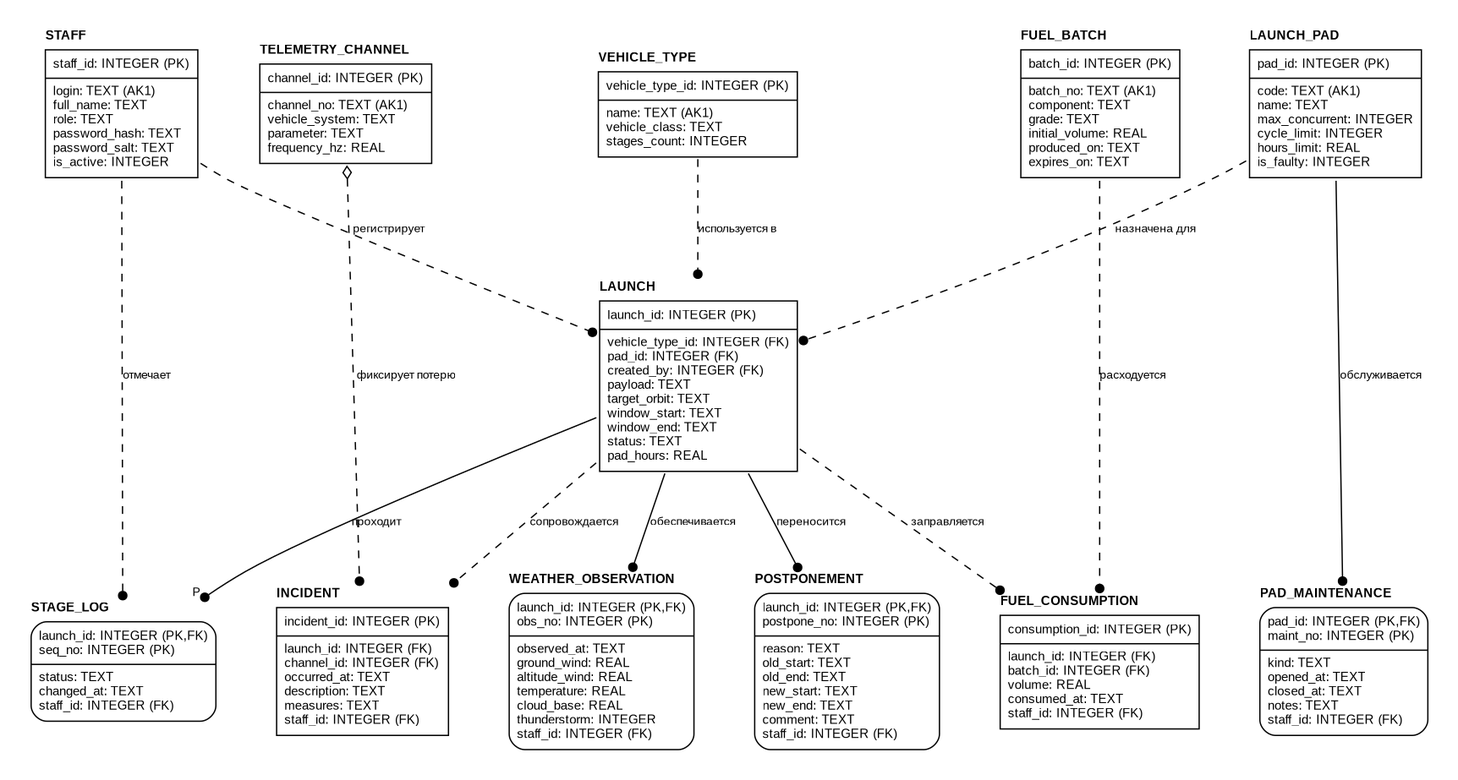
The Graphviz diagram docs/diagrams/idef1x/idef1x.png in r3DBAD/SpaceCenter, before a commit. Its source is kept beside it as docs/diagrams/idef1x/idef1x.dot. The source it was exported from:
```dot
digraph idef1x {
 graph [rankdir=TB fontname="Arial" nodesep=0.6 ranksep=0.9 splines=true pad=0.3 bgcolor=white];
 node [fontname="Arial" fontsize=10];
 edge [fontname="Arial" fontsize=9 dir=both arrowtail=none arrowhead=dot arrowsize=0.8];
 STAFF [shape=plain label=<<TABLE BORDER="0" CELLBORDER="0" CELLSPACING="0"><TR><TD ALIGN="LEFT"><B>STAFF</B></TD></TR><TR><TD><TABLE BORDER="1.5" CELLBORDER="0" CELLSPACING="0" CELLPADDING="5" BGCOLOR="white"><TR><TD ALIGN="LEFT" BALIGN="LEFT">staff_id: INTEGER (PK)<BR ALIGN="LEFT"/></TD></TR><HR/><TR><TD ALIGN="LEFT" BALIGN="LEFT">login: TEXT (AK1)<BR ALIGN="LEFT"/>full_name: TEXT<BR ALIGN="LEFT"/>role: TEXT<BR ALIGN="LEFT"/>password_hash: TEXT<BR ALIGN="LEFT"/>password_salt: TEXT<BR ALIGN="LEFT"/>is_active: INTEGER<BR ALIGN="LEFT"/></TD></TR></TABLE></TD></TR></TABLE>>];
 VEHICLE_TYPE [shape=plain label=<<TABLE BORDER="0" CELLBORDER="0" CELLSPACING="0"><TR><TD ALIGN="LEFT"><B>VEHICLE_TYPE</B></TD></TR><TR><TD><TABLE BORDER="1.5" CELLBORDER="0" CELLSPACING="0" CELLPADDING="5" BGCOLOR="white"><TR><TD ALIGN="LEFT" BALIGN="LEFT">vehicle_type_id: INTEGER (PK)<BR ALIGN="LEFT"/></TD></TR><HR/><TR><TD ALIGN="LEFT" BALIGN="LEFT">name: TEXT (AK1)<BR ALIGN="LEFT"/>vehicle_class: TEXT<BR ALIGN="LEFT"/>stages_count: INTEGER<BR ALIGN="LEFT"/></TD></TR></TABLE></TD></TR></TABLE>>];
 LAUNCH_PAD [shape=plain label=<<TABLE BORDER="0" CELLBORDER="0" CELLSPACING="0"><TR><TD ALIGN="LEFT"><B>LAUNCH_PAD</B></TD></TR><TR><TD><TABLE BORDER="1.5" CELLBORDER="0" CELLSPACING="0" CELLPADDING="5" BGCOLOR="white"><TR><TD ALIGN="LEFT" BALIGN="LEFT">pad_id: INTEGER (PK)<BR ALIGN="LEFT"/></TD></TR><HR/><TR><TD ALIGN="LEFT" BALIGN="LEFT">code: TEXT (AK1)<BR ALIGN="LEFT"/>name: TEXT<BR ALIGN="LEFT"/>max_concurrent: INTEGER<BR ALIGN="LEFT"/>cycle_limit: INTEGER<BR ALIGN="LEFT"/>hours_limit: REAL<BR ALIGN="LEFT"/>is_faulty: INTEGER<BR ALIGN="LEFT"/></TD></TR></TABLE></TD></TR></TABLE>>];
 LAUNCH [shape=plain label=<<TABLE BORDER="0" CELLBORDER="0" CELLSPACING="0"><TR><TD ALIGN="LEFT"><B>LAUNCH</B></TD></TR><TR><TD><TABLE BORDER="1.5" CELLBORDER="0" CELLSPACING="0" CELLPADDING="5" BGCOLOR="white"><TR><TD ALIGN="LEFT" BALIGN="LEFT">launch_id: INTEGER (PK)<BR ALIGN="LEFT"/></TD></TR><HR/><TR><TD ALIGN="LEFT" BALIGN="LEFT">vehicle_type_id: INTEGER (FK)<BR ALIGN="LEFT"/>pad_id: INTEGER (FK)<BR ALIGN="LEFT"/>created_by: INTEGER (FK)<BR ALIGN="LEFT"/>payload: TEXT<BR ALIGN="LEFT"/>target_orbit: TEXT<BR ALIGN="LEFT"/>window_start: TEXT<BR ALIGN="LEFT"/>window_end: TEXT<BR ALIGN="LEFT"/>status: TEXT<BR ALIGN="LEFT"/>pad_hours: REAL<BR ALIGN="LEFT"/></TD></TR></TABLE></TD></TR></TABLE>>];
 STAGE_LOG [shape=plain label=<<TABLE BORDER="0" CELLBORDER="0" CELLSPACING="0"><TR><TD ALIGN="LEFT"><B>STAGE_LOG</B></TD></TR><TR><TD><TABLE BORDER="1.5" STYLE="ROUNDED" CELLBORDER="0" CELLSPACING="0" CELLPADDING="5" BGCOLOR="white"><TR><TD ALIGN="LEFT" BALIGN="LEFT">launch_id: INTEGER (PK,FK)<BR ALIGN="LEFT"/>seq_no: INTEGER (PK)<BR ALIGN="LEFT"/></TD></TR><HR/><TR><TD ALIGN="LEFT" BALIGN="LEFT">status: TEXT<BR ALIGN="LEFT"/>changed_at: TEXT<BR ALIGN="LEFT"/>staff_id: INTEGER (FK)<BR ALIGN="LEFT"/></TD></TR></TABLE></TD></TR></TABLE>>];
 PAD_MAINTENANCE [shape=plain label=<<TABLE BORDER="0" CELLBORDER="0" CELLSPACING="0"><TR><TD ALIGN="LEFT"><B>PAD_MAINTENANCE</B></TD></TR><TR><TD><TABLE BORDER="1.5" STYLE="ROUNDED" CELLBORDER="0" CELLSPACING="0" CELLPADDING="5" BGCOLOR="white"><TR><TD ALIGN="LEFT" BALIGN="LEFT">pad_id: INTEGER (PK,FK)<BR ALIGN="LEFT"/>maint_no: INTEGER (PK)<BR ALIGN="LEFT"/></TD></TR><HR/><TR><TD ALIGN="LEFT" BALIGN="LEFT">kind: TEXT<BR ALIGN="LEFT"/>opened_at: TEXT<BR ALIGN="LEFT"/>closed_at: TEXT<BR ALIGN="LEFT"/>notes: TEXT<BR ALIGN="LEFT"/>staff_id: INTEGER (FK)<BR ALIGN="LEFT"/></TD></TR></TABLE></TD></TR></TABLE>>];
 FUEL_BATCH [shape=plain label=<<TABLE BORDER="0" CELLBORDER="0" CELLSPACING="0"><TR><TD ALIGN="LEFT"><B>FUEL_BATCH</B></TD></TR><TR><TD><TABLE BORDER="1.5" CELLBORDER="0" CELLSPACING="0" CELLPADDING="5" BGCOLOR="white"><TR><TD ALIGN="LEFT" BALIGN="LEFT">batch_id: INTEGER (PK)<BR ALIGN="LEFT"/></TD></TR><HR/><TR><TD ALIGN="LEFT" BALIGN="LEFT">batch_no: TEXT (AK1)<BR ALIGN="LEFT"/>component: TEXT<BR ALIGN="LEFT"/>grade: TEXT<BR ALIGN="LEFT"/>initial_volume: REAL<BR ALIGN="LEFT"/>produced_on: TEXT<BR ALIGN="LEFT"/>expires_on: TEXT<BR ALIGN="LEFT"/></TD></TR></TABLE></TD></TR></TABLE>>];
 FUEL_CONSUMPTION [shape=plain label=<<TABLE BORDER="0" CELLBORDER="0" CELLSPACING="0"><TR><TD ALIGN="LEFT"><B>FUEL_CONSUMPTION</B></TD></TR><TR><TD><TABLE BORDER="1.5" CELLBORDER="0" CELLSPACING="0" CELLPADDING="5" BGCOLOR="white"><TR><TD ALIGN="LEFT" BALIGN="LEFT">consumption_id: INTEGER (PK)<BR ALIGN="LEFT"/></TD></TR><HR/><TR><TD ALIGN="LEFT" BALIGN="LEFT">launch_id: INTEGER (FK)<BR ALIGN="LEFT"/>batch_id: INTEGER (FK)<BR ALIGN="LEFT"/>volume: REAL<BR ALIGN="LEFT"/>consumed_at: TEXT<BR ALIGN="LEFT"/>staff_id: INTEGER (FK)<BR ALIGN="LEFT"/></TD></TR></TABLE></TD></TR></TABLE>>];
 WEATHER_OBSERVATION [shape=plain label=<<TABLE BORDER="0" CELLBORDER="0" CELLSPACING="0"><TR><TD ALIGN="LEFT"><B>WEATHER_OBSERVATION</B></TD></TR><TR><TD><TABLE BORDER="1.5" STYLE="ROUNDED" CELLBORDER="0" CELLSPACING="0" CELLPADDING="5" BGCOLOR="white"><TR><TD ALIGN="LEFT" BALIGN="LEFT">launch_id: INTEGER (PK,FK)<BR ALIGN="LEFT"/>obs_no: INTEGER (PK)<BR ALIGN="LEFT"/></TD></TR><HR/><TR><TD ALIGN="LEFT" BALIGN="LEFT">observed_at: TEXT<BR ALIGN="LEFT"/>ground_wind: REAL<BR ALIGN="LEFT"/>altitude_wind: REAL<BR ALIGN="LEFT"/>temperature: REAL<BR ALIGN="LEFT"/>cloud_base: REAL<BR ALIGN="LEFT"/>thunderstorm: INTEGER<BR ALIGN="LEFT"/>staff_id: INTEGER (FK)<BR ALIGN="LEFT"/></TD></TR></TABLE></TD></TR></TABLE>>];
 TELEMETRY_CHANNEL [shape=plain label=<<TABLE BORDER="0" CELLBORDER="0" CELLSPACING="0"><TR><TD ALIGN="LEFT"><B>TELEMETRY_CHANNEL</B></TD></TR><TR><TD><TABLE BORDER="1.5" CELLBORDER="0" CELLSPACING="0" CELLPADDING="5" BGCOLOR="white"><TR><TD ALIGN="LEFT" BALIGN="LEFT">channel_id: INTEGER (PK)<BR ALIGN="LEFT"/></TD></TR><HR/><TR><TD ALIGN="LEFT" BALIGN="LEFT">channel_no: TEXT (AK1)<BR ALIGN="LEFT"/>vehicle_system: TEXT<BR ALIGN="LEFT"/>parameter: TEXT<BR ALIGN="LEFT"/>frequency_hz: REAL<BR ALIGN="LEFT"/></TD></TR></TABLE></TD></TR></TABLE>>];
 INCIDENT [shape=plain label=<<TABLE BORDER="0" CELLBORDER="0" CELLSPACING="0"><TR><TD ALIGN="LEFT"><B>INCIDENT</B></TD></TR><TR><TD><TABLE BORDER="1.5" CELLBORDER="0" CELLSPACING="0" CELLPADDING="5" BGCOLOR="white"><TR><TD ALIGN="LEFT" BALIGN="LEFT">incident_id: INTEGER (PK)<BR ALIGN="LEFT"/></TD></TR><HR/><TR><TD ALIGN="LEFT" BALIGN="LEFT">launch_id: INTEGER (FK)<BR ALIGN="LEFT"/>channel_id: INTEGER (FK)<BR ALIGN="LEFT"/>occurred_at: TEXT<BR ALIGN="LEFT"/>description: TEXT<BR ALIGN="LEFT"/>measures: TEXT<BR ALIGN="LEFT"/>staff_id: INTEGER (FK)<BR ALIGN="LEFT"/></TD></TR></TABLE></TD></TR></TABLE>>];
 POSTPONEMENT [shape=plain label=<<TABLE BORDER="0" CELLBORDER="0" CELLSPACING="0"><TR><TD ALIGN="LEFT"><B>POSTPONEMENT</B></TD></TR><TR><TD><TABLE BORDER="1.5" STYLE="ROUNDED" CELLBORDER="0" CELLSPACING="0" CELLPADDING="5" BGCOLOR="white"><TR><TD ALIGN="LEFT" BALIGN="LEFT">launch_id: INTEGER (PK,FK)<BR ALIGN="LEFT"/>postpone_no: INTEGER (PK)<BR ALIGN="LEFT"/></TD></TR><HR/><TR><TD ALIGN="LEFT" BALIGN="LEFT">reason: TEXT<BR ALIGN="LEFT"/>old_start: TEXT<BR ALIGN="LEFT"/>old_end: TEXT<BR ALIGN="LEFT"/>new_start: TEXT<BR ALIGN="LEFT"/>new_end: TEXT<BR ALIGN="LEFT"/>comment: TEXT<BR ALIGN="LEFT"/>staff_id: INTEGER (FK)<BR ALIGN="LEFT"/></TD></TR></TABLE></TD></TR></TABLE>>];
 VEHICLE_TYPE -> LAUNCH [style=dashed arrowtail=none label="используется в"];
 LAUNCH_PAD -> LAUNCH [style=dashed arrowtail=none label="назначена для"];
 STAFF -> LAUNCH [style=dashed arrowtail=none label="регистрирует"];
 LAUNCH -> STAGE_LOG [style=solid arrowtail=none label="проходит" headlabel="P"];
 STAFF -> STAGE_LOG [style=dashed arrowtail=none label="отмечает"];
 LAUNCH_PAD -> PAD_MAINTENANCE [style=solid arrowtail=none label="обслуживается"];
 LAUNCH -> FUEL_CONSUMPTION [style=dashed arrowtail=none label="заправляется"];
 FUEL_BATCH -> FUEL_CONSUMPTION [style=dashed arrowtail=none label="расходуется"];
 LAUNCH -> WEATHER_OBSERVATION [style=solid arrowtail=none label="обеспечивается"];
 LAUNCH -> POSTPONEMENT [style=solid arrowtail=none label="переносится"];
 LAUNCH -> INCIDENT [style=dashed arrowtail=none label="сопровождается"];
 TELEMETRY_CHANNEL -> INCIDENT [style=dashed arrowtail=odiamond label="фиксирует потерю"];
 {rank=same; STAFF; VEHICLE_TYPE; LAUNCH_PAD; FUEL_BATCH; TELEMETRY_CHANNEL}
 {rank=same; STAGE_LOG; WEATHER_OBSERVATION; POSTPONEMENT; FUEL_CONSUMPTION; INCIDENT; PAD_MAINTENANCE}
}
```
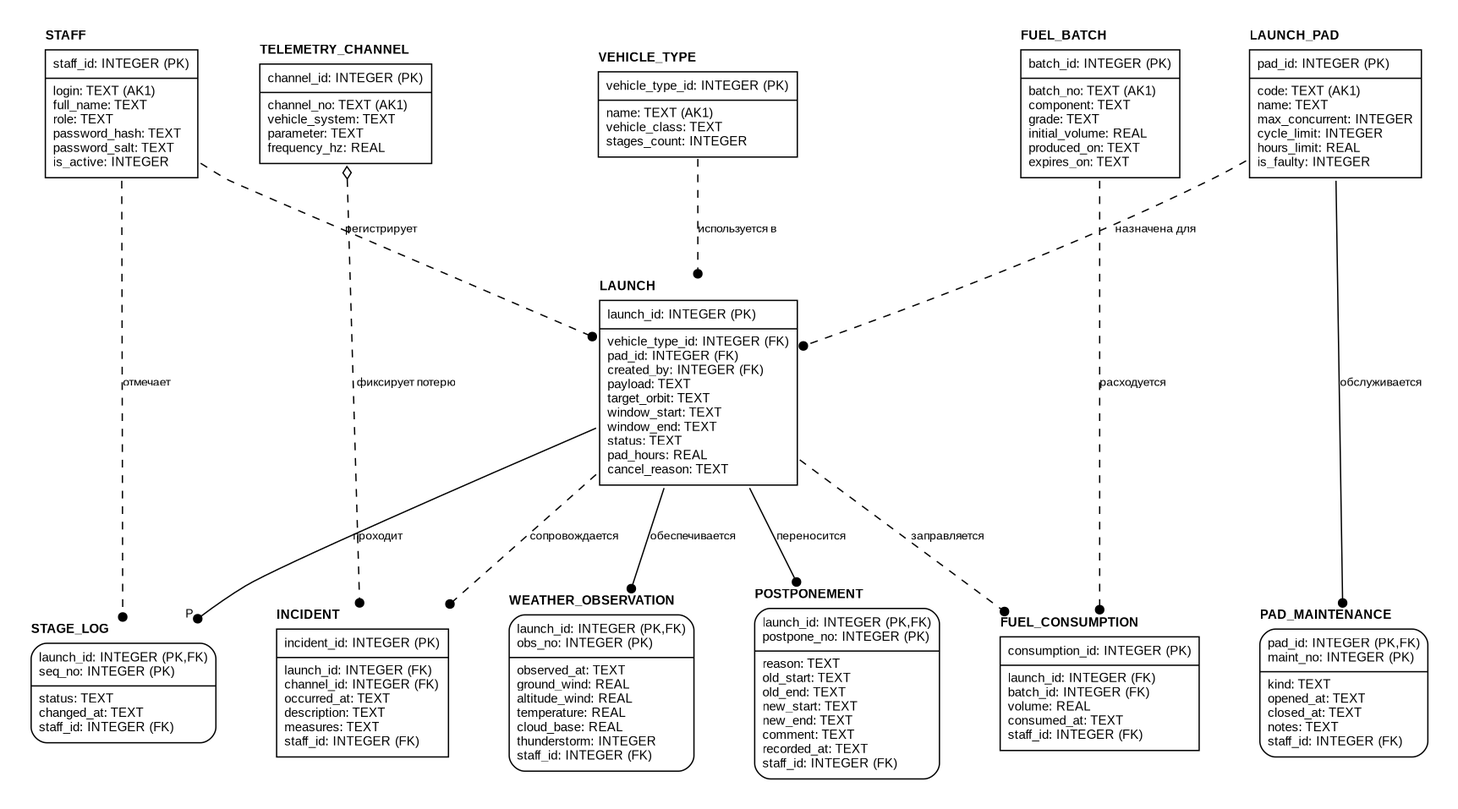
After the commit.

Change to the diagram source:
```diff
@@ -5,7 +5,7 @@
  STAFF [shape=plain label=<<TABLE BORDER="0" CELLBORDER="0" CELLSPACING="0"><TR><TD ALIGN="LEFT"><B>STAFF</B></TD></TR><TR><TD><TABLE BORDER="1.5" CELLBORDER="0" CELLSPACING="0" CELLPADDING="5" BGCOLOR="white"><TR><TD ALIGN="LEFT" BALIGN="LEFT">staff_id: INTEGER (PK)<BR ALIGN="LEFT"/></TD></TR><HR/><TR><TD ALIGN="LEFT" BALIGN="LEFT">login: TEXT (AK1)<BR ALIGN="LEFT"/>full_name: TEXT<BR ALIGN="LEFT"/>role: TEXT<BR ALIGN="LEFT"/>password_hash: TEXT<BR ALIGN="LEFT"/>password_salt: TEXT<BR ALIGN="LEFT"/>is_active: INTEGER<BR ALIGN="LEFT"/></TD></TR></TABLE></TD></TR></TABLE>>];
  VEHICLE_TYPE [shape=plain label=<<TABLE BORDER="0" CELLBORDER="0" CELLSPACING="0"><TR><TD ALIGN="LEFT"><B>VEHICLE_TYPE</B></TD></TR><TR><TD><TABLE BORDER="1.5" CELLBORDER="0" CELLSPACING="0" CELLPADDING="5" BGCOLOR="white"><TR><TD ALIGN="LEFT" BALIGN="LEFT">vehicle_type_id: INTEGER (PK)<BR ALIGN="LEFT"/></TD></TR><HR/><TR><TD ALIGN="LEFT" BALIGN="LEFT">name: TEXT (AK1)<BR ALIGN="LEFT"/>vehicle_class: TEXT<BR ALIGN="LEFT"/>stages_count: INTEGER<BR ALIGN="LEFT"/></TD></TR></TABLE></TD></TR></TABLE>>];
  LAUNCH_PAD [shape=plain label=<<TABLE BORDER="0" CELLBORDER="0" CELLSPACING="0"><TR><TD ALIGN="LEFT"><B>LAUNCH_PAD</B></TD></TR><TR><TD><TABLE BORDER="1.5" CELLBORDER="0" CELLSPACING="0" CELLPADDING="5" BGCOLOR="white"><TR><TD ALIGN="LEFT" BALIGN="LEFT">pad_id: INTEGER (PK)<BR ALIGN="LEFT"/></TD></TR><HR/><TR><TD ALIGN="LEFT" BALIGN="LEFT">code: TEXT (AK1)<BR ALIGN="LEFT"/>name: TEXT<BR ALIGN="LEFT"/>max_concurrent: INTEGER<BR ALIGN="LEFT"/>cycle_limit: INTEGER<BR ALIGN="LEFT"/>hours_limit: REAL<BR ALIGN="LEFT"/>is_faulty: INTEGER<BR ALIGN="LEFT"/></TD></TR></TABLE></TD></TR></TABLE>>];
- LAUNCH [shape=plain label=<<TABLE BORDER="0" CELLBORDER="0" CELLSPACING="0"><TR><TD ALIGN="LEFT"><B>LAUNCH</B></TD></TR><TR><TD><TABLE BORDER="1.5" CELLBORDER="0" CELLSPACING="0" CELLPADDING="5" BGCOLOR="white"><TR><TD ALIGN="LEFT" BALIGN="LEFT">launch_id: INTEGER (PK)<BR ALIGN="LEFT"/></TD></TR><HR/><TR><TD ALIGN="LEFT" BALIGN="LEFT">vehicle_type_id: INTEGER (FK)<BR ALIGN="LEFT"/>pad_id: INTEGER (FK)<BR ALIGN="LEFT"/>created_by: INTEGER (FK)<BR ALIGN="LEFT"/>payload: TEXT<BR ALIGN="LEFT"/>target_orbit: TEXT<BR ALIGN="LEFT"/>window_start: TEXT<BR ALIGN="LEFT"/>window_end: TEXT<BR ALIGN="LEFT"/>status: TEXT<BR ALIGN="LEFT"/>pad_hours: REAL<BR ALIGN="LEFT"/></TD></TR></TABLE></TD></TR></TABLE>>];
+ LAUNCH [shape=plain label=<<TABLE BORDER="0" CELLBORDER="0" CELLSPACING="0"><TR><TD ALIGN="LEFT"><B>LAUNCH</B></TD></TR><TR><TD><TABLE BORDER="1.5" CELLBORDER="0" CELLSPACING="0" CELLPADDING="5" BGCOLOR="white"><TR><TD ALIGN="LEFT" BALIGN="LEFT">launch_id: INTEGER (PK)<BR ALIGN="LEFT"/></TD></TR><HR/><TR><TD ALIGN="LEFT" BALIGN="LEFT">vehicle_type_id: INTEGER (FK)<BR ALIGN="LEFT"/>pad_id: INTEGER (FK)<BR ALIGN="LEFT"/>created_by: INTEGER (FK)<BR ALIGN="LEFT"/>payload: TEXT<BR ALIGN="LEFT"/>target_orbit: TEXT<BR ALIGN="LEFT"/>window_start: TEXT<BR ALIGN="LEFT"/>window_end: TEXT<BR ALIGN="LEFT"/>status: TEXT<BR ALIGN="LEFT"/>pad_hours: REAL<BR ALIGN="LEFT"/>cancel_reason: TEXT<BR ALIGN="LEFT"/></TD></TR></TABLE></TD></TR></TABLE>>];
  STAGE_LOG [shape=plain label=<<TABLE BORDER="0" CELLBORDER="0" CELLSPACING="0"><TR><TD ALIGN="LEFT"><B>STAGE_LOG</B></TD></TR><TR><TD><TABLE BORDER="1.5" STYLE="ROUNDED" CELLBORDER="0" CELLSPACING="0" CELLPADDING="5" BGCOLOR="white"><TR><TD ALIGN="LEFT" BALIGN="LEFT">launch_id: INTEGER (PK,FK)<BR ALIGN="LEFT"/>seq_no: INTEGER (PK)<BR ALIGN="LEFT"/></TD></TR><HR/><TR><TD ALIGN="LEFT" BALIGN="LEFT">status: TEXT<BR ALIGN="LEFT"/>changed_at: TEXT<BR ALIGN="LEFT"/>staff_id: INTEGER (FK)<BR ALIGN="LEFT"/></TD></TR></TABLE></TD></TR></TABLE>>];
  PAD_MAINTENANCE [shape=plain label=<<TABLE BORDER="0" CELLBORDER="0" CELLSPACING="0"><TR><TD ALIGN="LEFT"><B>PAD_MAINTENANCE</B></TD></TR><TR><TD><TABLE BORDER="1.5" STYLE="ROUNDED" CELLBORDER="0" CELLSPACING="0" CELLPADDING="5" BGCOLOR="white"><TR><TD ALIGN="LEFT" BALIGN="LEFT">pad_id: INTEGER (PK,FK)<BR ALIGN="LEFT"/>maint_no: INTEGER (PK)<BR ALIGN="LEFT"/></TD></TR><HR/><TR><TD ALIGN="LEFT" BALIGN="LEFT">kind: TEXT<BR ALIGN="LEFT"/>opened_at: TEXT<BR ALIGN="LEFT"/>closed_at: TEXT<BR ALIGN="LEFT"/>notes: TEXT<BR ALIGN="LEFT"/>staff_id: INTEGER (FK)<BR ALIGN="LEFT"/></TD></TR></TABLE></TD></TR></TABLE>>];
  FUEL_BATCH [shape=plain label=<<TABLE BORDER="0" CELLBORDER="0" CELLSPACING="0"><TR><TD ALIGN="LEFT"><B>FUEL_BATCH</B></TD></TR><TR><TD><TABLE BORDER="1.5" CELLBORDER="0" CELLSPACING="0" CELLPADDING="5" BGCOLOR="white"><TR><TD ALIGN="LEFT" BALIGN="LEFT">batch_id: INTEGER (PK)<BR ALIGN="LEFT"/></TD></TR><HR/><TR><TD ALIGN="LEFT" BALIGN="LEFT">batch_no: TEXT (AK1)<BR ALIGN="LEFT"/>component: TEXT<BR ALIGN="LEFT"/>grade: TEXT<BR ALIGN="LEFT"/>initial_volume: REAL<BR ALIGN="LEFT"/>produced_on: TEXT<BR ALIGN="LEFT"/>expires_on: TEXT<BR ALIGN="LEFT"/></TD></TR></TABLE></TD></TR></TABLE>>];
@@ -13,7 +13,7 @@
  WEATHER_OBSERVATION [shape=plain label=<<TABLE BORDER="0" CELLBORDER="0" CELLSPACING="0"><TR><TD ALIGN="LEFT"><B>WEATHER_OBSERVATION</B></TD></TR><TR><TD><TABLE BORDER="1.5" STYLE="ROUNDED" CELLBORDER="0" CELLSPACING="0" CELLPADDING="5" BGCOLOR="white"><TR><TD ALIGN="LEFT" BALIGN="LEFT">launch_id: INTEGER (PK,FK)<BR ALIGN="LEFT"/>obs_no: INTEGER (PK)<BR ALIGN="LEFT"/></TD></TR><HR/><TR><TD ALIGN="LEFT" BALIGN="LEFT">observed_at: TEXT<BR ALIGN="LEFT"/>ground_wind: REAL<BR ALIGN="LEFT"/>altitude_wind: REAL<BR ALIGN="LEFT"/>temperature: REAL<BR ALIGN="LEFT"/>cloud_base: REAL<BR ALIGN="LEFT"/>thunderstorm: INTEGER<BR ALIGN="LEFT"/>staff_id: INTEGER (FK)<BR ALIGN="LEFT"/></TD></TR></TABLE></TD></TR></TABLE>>];
  TELEMETRY_CHANNEL [shape=plain label=<<TABLE BORDER="0" CELLBORDER="0" CELLSPACING="0"><TR><TD ALIGN="LEFT"><B>TELEMETRY_CHANNEL</B></TD></TR><TR><TD><TABLE BORDER="1.5" CELLBORDER="0" CELLSPACING="0" CELLPADDING="5" BGCOLOR="white"><TR><TD ALIGN="LEFT" BALIGN="LEFT">channel_id: INTEGER (PK)<BR ALIGN="LEFT"/></TD></TR><HR/><TR><TD ALIGN="LEFT" BALIGN="LEFT">channel_no: TEXT (AK1)<BR ALIGN="LEFT"/>vehicle_system: TEXT<BR ALIGN="LEFT"/>parameter: TEXT<BR ALIGN="LEFT"/>frequency_hz: REAL<BR ALIGN="LEFT"/></TD></TR></TABLE></TD></TR></TABLE>>];
  INCIDENT [shape=plain label=<<TABLE BORDER="0" CELLBORDER="0" CELLSPACING="0"><TR><TD ALIGN="LEFT"><B>INCIDENT</B></TD></TR><TR><TD><TABLE BORDER="1.5" CELLBORDER="0" CELLSPACING="0" CELLPADDING="5" BGCOLOR="white"><TR><TD ALIGN="LEFT" BALIGN="LEFT">incident_id: INTEGER (PK)<BR ALIGN="LEFT"/></TD></TR><HR/><TR><TD ALIGN="LEFT" BALIGN="LEFT">launch_id: INTEGER (FK)<BR ALIGN="LEFT"/>channel_id: INTEGER (FK)<BR ALIGN="LEFT"/>occurred_at: TEXT<BR ALIGN="LEFT"/>description: TEXT<BR ALIGN="LEFT"/>measures: TEXT<BR ALIGN="LEFT"/>staff_id: INTEGER (FK)<BR ALIGN="LEFT"/></TD></TR></TABLE></TD></TR></TABLE>>];
- POSTPONEMENT [shape=plain label=<<TABLE BORDER="0" CELLBORDER="0" CELLSPACING="0"><TR><TD ALIGN="LEFT"><B>POSTPONEMENT</B></TD></TR><TR><TD><TABLE BORDER="1.5" STYLE="ROUNDED" CELLBORDER="0" CELLSPACING="0" CELLPADDING="5" BGCOLOR="white"><TR><TD ALIGN="LEFT" BALIGN="LEFT">launch_id: INTEGER (PK,FK)<BR ALIGN="LEFT"/>postpone_no: INTEGER (PK)<BR ALIGN="LEFT"/></TD></TR><HR/><TR><TD ALIGN="LEFT" BALIGN="LEFT">reason: TEXT<BR ALIGN="LEFT"/>old_start: TEXT<BR ALIGN="LEFT"/>old_end: TEXT<BR ALIGN="LEFT"/>new_start: TEXT<BR ALIGN="LEFT"/>new_end: TEXT<BR ALIGN="LEFT"/>comment: TEXT<BR ALIGN="LEFT"/>staff_id: INTEGER (FK)<BR ALIGN="LEFT"/></TD></TR></TABLE></TD></TR></TABLE>>];
+ POSTPONEMENT [shape=plain label=<<TABLE BORDER="0" CELLBORDER="0" CELLSPACING="0"><TR><TD ALIGN="LEFT"><B>POSTPONEMENT</B></TD></TR><TR><TD><TABLE BORDER="1.5" STYLE="ROUNDED" CELLBORDER="0" CELLSPACING="0" CELLPADDING="5" BGCOLOR="white"><TR><TD ALIGN="LEFT" BALIGN="LEFT">launch_id: INTEGER (PK,FK)<BR ALIGN="LEFT"/>postpone_no: INTEGER (PK)<BR ALIGN="LEFT"/></TD></TR><HR/><TR><TD ALIGN="LEFT" BALIGN="LEFT">reason: TEXT<BR ALIGN="LEFT"/>old_start: TEXT<BR ALIGN="LEFT"/>old_end: TEXT<BR ALIGN="LEFT"/>new_start: TEXT<BR ALIGN="LEFT"/>new_end: TEXT<BR ALIGN="LEFT"/>comment: TEXT<BR ALIGN="LEFT"/>recorded_at: TEXT<BR ALIGN="LEFT"/>staff_id: INTEGER (FK)<BR ALIGN="LEFT"/></TD></TR></TABLE></TD></TR></TABLE>>];
  VEHICLE_TYPE -> LAUNCH [style=dashed arrowtail=none label="используется в"];
  LAUNCH_PAD -> LAUNCH [style=dashed arrowtail=none label="назначена для"];
  STAFF -> LAUNCH [style=dashed arrowtail=none label="регистрирует"];
```
